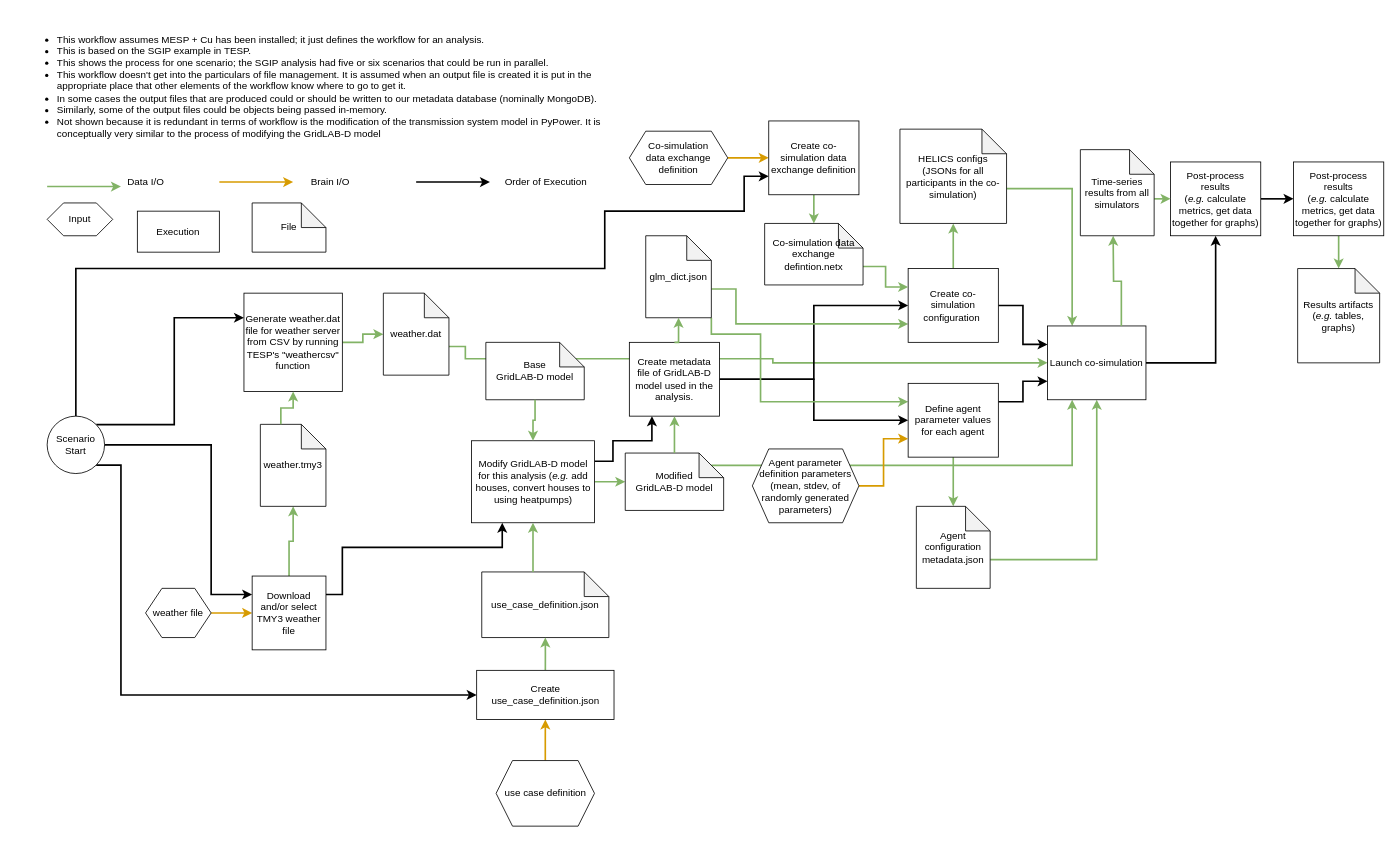
Earlier version of the draw.io diagram workflow/tesp_example_workflow.drawio (pnnl/cst). Source tidied: cells renumbered, new cells numbered last; positions are measured from the earlier drawing's top-left corner, leaving out a move shared by most shapes. Both pictures are drawn from the tidied source at 82%, with x=0, y=0 at pixel (14, 18).
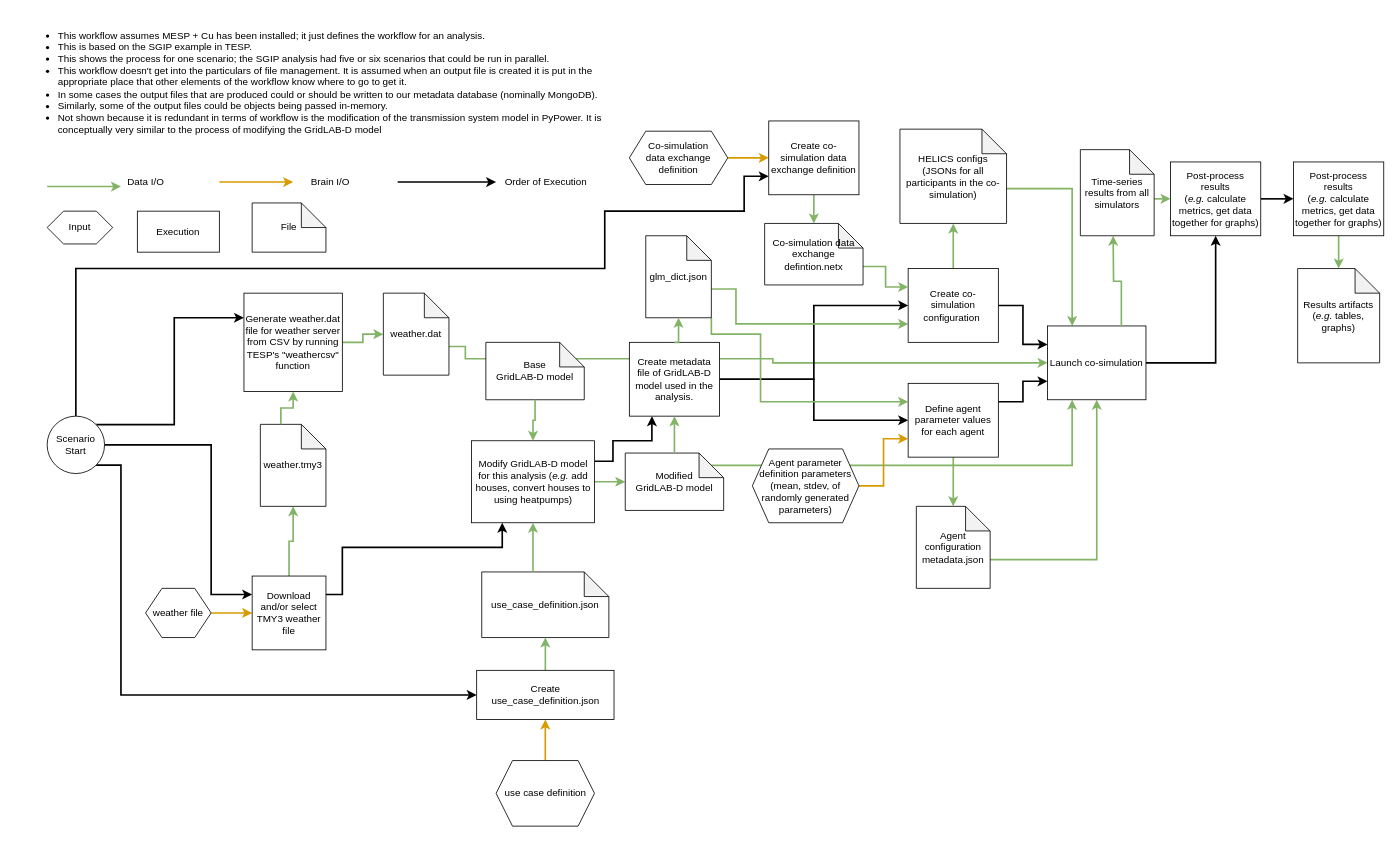
The same diagram, later.

Commit message (it also covers changes not shown here):
Update line execution line color

What changed in the source:
```diff
@@
     <mxCell id="2" value="&lt;div style=&quot;text-align: left;&quot;&gt;&lt;ul&gt;&lt;li&gt;&lt;span style=&quot;background-color: initial;&quot;&gt;This workflow assumes MESP + Cu has been installed; it just defines the workflow for an analysis.&lt;/span&gt;&lt;/li&gt;&lt;li&gt;&lt;span style=&quot;background-color: initial;&quot;&gt;This is based on the SGIP example in TESP.&lt;/span&gt;&lt;/li&gt;&lt;li&gt;&lt;span style=&quot;background-color: initial;&quot;&gt;This shows the process for one scenario; the SGIP analysis had five or six scenarios that could be run in parallel.&lt;/span&gt;&lt;/li&gt;&lt;li&gt;&lt;span style=&quot;background-color: initial;&quot;&gt;This workflow doesn't get into the particulars of file management. It is assumed when an output file is created it is put in the&lt;br&gt;appropriate place that other elements of the workflow know where to go to get it.&lt;/span&gt;&lt;/li&gt;&lt;li&gt;&lt;span style=&quot;background-color: initial;&quot;&gt;In some cases the output files that are produced could or should be written to our metadata database (nominally MongoDB).&lt;/span&gt;&lt;/li&gt;&lt;li&gt;Similarly, some of the output files could be objects being passed in-memory.&amp;nbsp;&lt;/li&gt;&lt;li&gt;Not shown because it is redundant in terms of workflow is the modification of the transmission system model in PyPower. It is&amp;nbsp;&lt;br&gt;conceptually very similar to the process of modifying the GridLAB-D model&lt;/li&gt;&lt;/ul&gt;&lt;/div&gt;&lt;div style=&quot;text-align: left;&quot;&gt;&lt;span style=&quot;background-color: initial;&quot;&gt;&lt;br&gt;&lt;/span&gt;&lt;/div&gt;" style="text;html=1;align=center;verticalAlign=middle;strokeColor=none;fillColor=none;" parent="1" vertex="1">
-      <mxGeometry width="730" height="180" as="geometry" />
+      <mxGeometry x="1.2" y="-5" width="730" height="180" as="geometry" />
     </mxCell>
@@
-    <mxCell id="9" style="edgeStyle=orthogonalEdgeStyle;rounded=0;orthogonalLoop=1;jettySize=auto;html=1;fillColor=#dae8fc;strokeColor=#000000;strokeWidth=2;" parent="1" edge="1">
-      <mxGeometry relative="1" as="geometry">
-        <mxPoint x="490" y="199.5" as="sourcePoint" />
-        <mxPoint x="580" y="199.5" as="targetPoint" />
-      </mxGeometry>
-    </mxCell>
@@
     <mxCell id="13" value="Input" style="shape=hexagon;perimeter=hexagonPerimeter2;whiteSpace=wrap;html=1;fixedSize=1;" parent="1" vertex="1">
-      <mxGeometry x="40" y="225" width="80" height="40" as="geometry" />
+      <mxGeometry x="40" y="235" width="80" height="40" as="geometry" />
     </mxCell>
@@
+    <mxCell id="77" style="edgeStyle=orthogonalEdgeStyle;rounded=0;orthogonalLoop=1;jettySize=auto;html=1;strokeWidth=2;" parent="1" edge="1">
+      <mxGeometry relative="1" as="geometry">
+        <mxPoint x="467.5" y="199.5" as="sourcePoint" />
+        <mxPoint x="587.5" y="199.5" as="targetPoint" />
+      </mxGeometry>
+    </mxCell>
```
